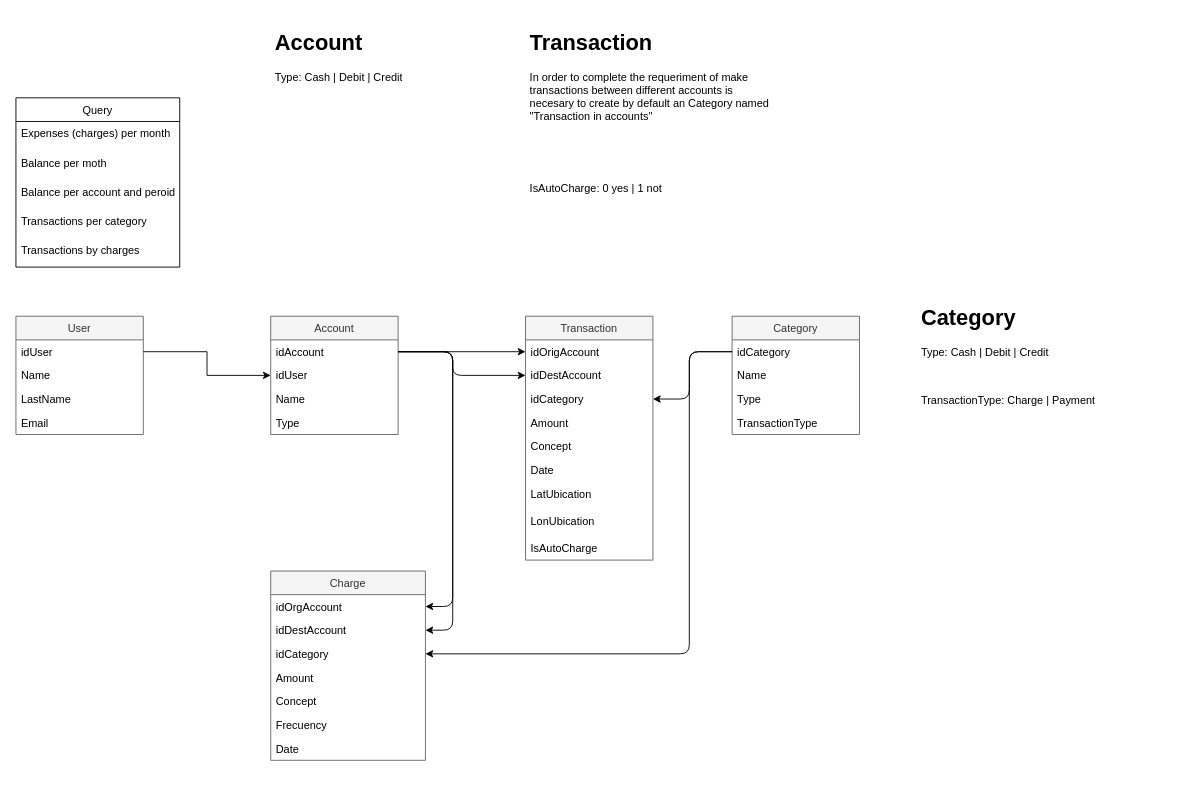
The draw.io diagram Doctos/DB ER Diagram Base.drawio in EduardoAscBri/ProyectoFinal-DispositivosMoviles, before the edit. Source tidied: cells renumbered, new cells numbered last; positions are measured from the earlier drawing's top-left corner, leaving out a move shared by most shapes. Both pictures are drawn from the tidied source at 91%, with x=0, y=0 at pixel (15, 25).
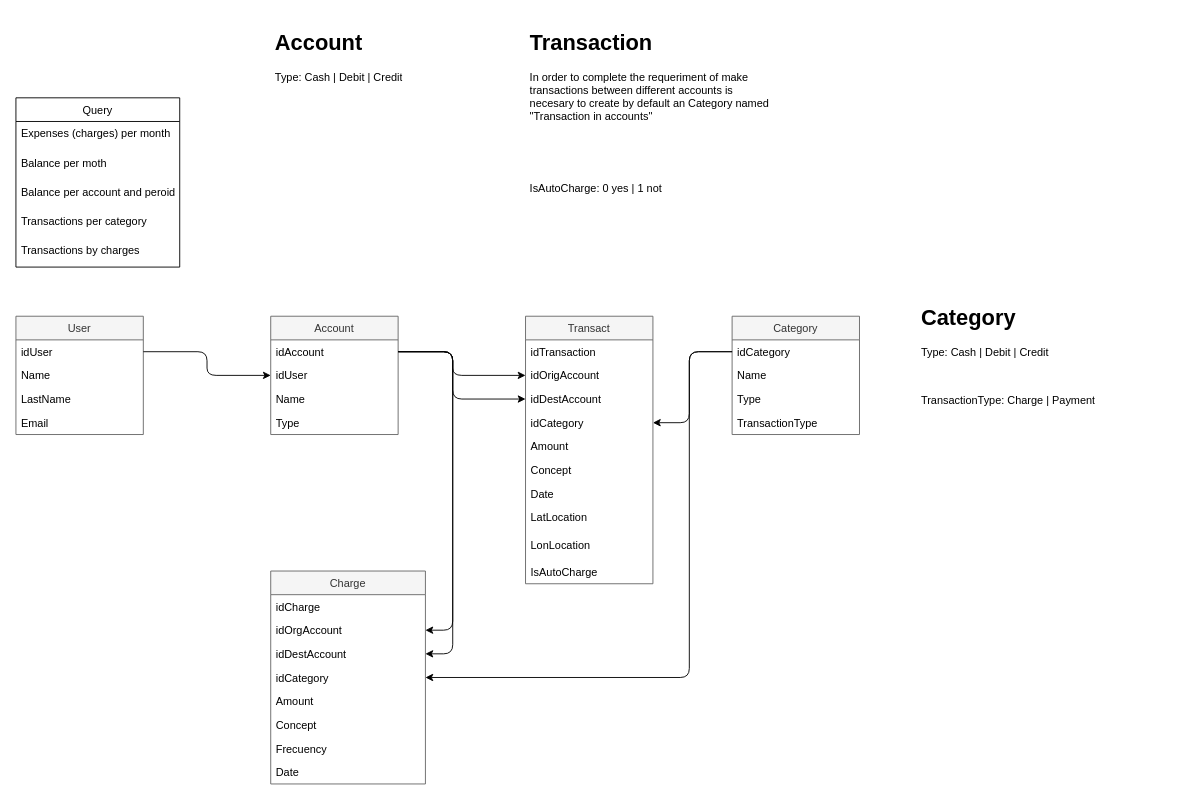
The same diagram, later.

The change refers to these unchanged cells:
```xml
<mxCell id="9" value="idAccount" style="text;strokeColor=none;fillColor=none;align=left;verticalAlign=top;spacingLeft=4;spacingRight=4;overflow=hidden;points=[[0,0.5],[1,0.5]];portConstraint=eastwest;" parent="8" vertex="1">
  <mxGeometry y="26" width="140" height="26" as="geometry" />
</mxCell>
<mxCell id="10" value="idUser" style="text;strokeColor=none;fillColor=none;align=left;verticalAlign=top;spacingLeft=4;spacingRight=4;overflow=hidden;points=[[0,0.5],[1,0.5]];portConstraint=eastwest;" parent="8" vertex="1">
  <mxGeometry y="52" width="140" height="26" as="geometry" />
</mxCell>
<mxCell id="14" value="idUser" style="text;strokeColor=none;fillColor=none;align=left;verticalAlign=top;spacingLeft=4;spacingRight=4;overflow=hidden;points=[[0,0.5],[1,0.5]];portConstraint=eastwest;" parent="13" vertex="1">
  <mxGeometry y="26" width="140" height="26" as="geometry" />
</mxCell>
<mxCell id="37" value="idCategory" style="text;strokeColor=none;fillColor=none;align=left;verticalAlign=top;spacingLeft=4;spacingRight=4;overflow=hidden;points=[[0,0.5],[1,0.5]];portConstraint=eastwest;" parent="36" vertex="1">
  <mxGeometry y="26" width="140" height="26" as="geometry" />
</mxCell>
```

The edit, as a diff of the source:
```diff
@@
-    <mxCell id="18" value="Transaction" style="swimlane;fontStyle=0;horizontal=1;startSize=26;fillColor=#f5f5f5;strokeColor=#666666;fontColor=#333333;" parent="1" vertex="1">
-      <mxGeometry x="560" y="320" width="140" height="268" as="geometry" />
+    <mxCell id="18" value="Transact" style="swimlane;fontStyle=0;horizontal=1;startSize=26;fillColor=#f5f5f5;strokeColor=#666666;fontColor=#333333;" parent="1" vertex="1">
+      <mxGeometry x="560" y="320" width="140" height="294" as="geometry" />
     </mxCell>
+    <mxCell id="51" value="idTransaction" style="text;strokeColor=none;fillColor=none;align=left;verticalAlign=top;spacingLeft=4;spacingRight=4;overflow=hidden;" parent="18" vertex="1">
+      <mxGeometry y="26" width="140" height="26" as="geometry" />
+    </mxCell>
     <mxCell id="19" value="idOrigAccount" style="text;strokeColor=none;fillColor=none;align=left;verticalAlign=top;spacingLeft=4;spacingRight=4;overflow=hidden;points=[[0,0.5],[1,0.5]];portConstraint=eastwest;" parent="18" vertex="1">
-      <mxGeometry y="26" width="140" height="26" as="geometry" />
+      <mxGeometry y="52" width="140" height="26" as="geometry" />
     </mxCell>
     <mxCell id="20" value="idDestAccount" style="text;strokeColor=none;fillColor=none;align=left;verticalAlign=top;spacingLeft=4;spacingRight=4;overflow=hidden;points=[[0,0.5],[1,0.5]];portConstraint=eastwest;" parent="18" vertex="1">
-      <mxGeometry y="52" width="140" height="26" as="geometry" />
+      <mxGeometry y="78" width="140" height="26" as="geometry" />
     </mxCell>
     <mxCell id="21" value="idCategory" style="text;strokeColor=none;fillColor=none;align=left;verticalAlign=top;spacingLeft=4;spacingRight=4;overflow=hidden;points=[[0,0.5],[1,0.5]];portConstraint=eastwest;" parent="18" vertex="1">
-      <mxGeometry y="78" width="140" height="26" as="geometry" />
+      <mxGeometry y="104" width="140" height="26" as="geometry" />
     </mxCell>
     <mxCell id="22" value="Amount" style="text;strokeColor=none;fillColor=none;align=left;verticalAlign=top;spacingLeft=4;spacingRight=4;overflow=hidden;" parent="18" vertex="1">
-      <mxGeometry y="104" width="140" height="26" as="geometry" />
+      <mxGeometry y="130" width="140" height="26" as="geometry" />
     </mxCell>
     <mxCell id="23" value="Concept" style="text;strokeColor=none;fillColor=none;align=left;verticalAlign=top;spacingLeft=4;spacingRight=4;overflow=hidden;" parent="18" vertex="1">
-      <mxGeometry y="130" width="140" height="26" as="geometry" />
+      <mxGeometry y="156" width="140" height="26" as="geometry" />
     </mxCell>
     <mxCell id="24" value="Date" style="text;strokeColor=none;fillColor=none;align=left;verticalAlign=top;spacingLeft=4;spacingRight=4;overflow=hidden;" parent="18" vertex="1">
-      <mxGeometry y="156" width="140" height="26" as="geometry" />
+      <mxGeometry y="182" width="140" height="26" as="geometry" />
     </mxCell>
-    <mxCell id="25" value="LatUbication" style="text;strokeColor=none;fillColor=none;align=left;verticalAlign=top;spacingLeft=4;spacingRight=4;overflow=hidden;" parent="18" vertex="1">
-      <mxGeometry y="182" width="140" height="30" as="geometry" />
+    <mxCell id="25" value="LatLocation" style="text;strokeColor=none;fillColor=none;align=left;verticalAlign=top;spacingLeft=4;spacingRight=4;overflow=hidden;" parent="18" vertex="1">
+      <mxGeometry y="208" width="140" height="30" as="geometry" />
     </mxCell>
-    <mxCell id="26" value="LonUbication" style="text;strokeColor=none;fillColor=none;align=left;verticalAlign=top;spacingLeft=4;spacingRight=4;overflow=hidden;" parent="18" vertex="1">
-      <mxGeometry y="212" width="140" height="30" as="geometry" />
+    <mxCell id="26" value="LonLocation" style="text;strokeColor=none;fillColor=none;align=left;verticalAlign=top;spacingLeft=4;spacingRight=4;overflow=hidden;" parent="18" vertex="1">
+      <mxGeometry y="238" width="140" height="30" as="geometry" />
     </mxCell>
     <mxCell id="27" value="IsAutoCharge" style="text;strokeColor=none;fillColor=none;align=left;verticalAlign=top;spacingLeft=4;spacingRight=4;overflow=hidden;" parent="18" vertex="1">
-      <mxGeometry y="242" width="140" height="26" as="geometry" />
+      <mxGeometry y="268" width="140" height="26" as="geometry" />
     </mxCell>
     <mxCell id="28" value="Charge" style="swimlane;fontStyle=0;horizontal=1;startSize=26;fillColor=#f5f5f5;strokeColor=#666666;fontColor=#333333;" parent="1" vertex="1">
-      <mxGeometry x="280" y="600" width="170" height="208" as="geometry" />
+      <mxGeometry x="280" y="600" width="170" height="234" as="geometry" />
     </mxCell>
+    <mxCell id="52" value="idCharge" style="text;strokeColor=none;fillColor=none;align=left;verticalAlign=top;spacingLeft=4;spacingRight=4;overflow=hidden;" parent="28" vertex="1">
+      <mxGeometry y="26" width="170" height="26" as="geometry" />
+    </mxCell>
     <mxCell id="29" value="idOrgAccount" style="text;strokeColor=none;fillColor=none;align=left;verticalAlign=top;spacingLeft=4;spacingRight=4;overflow=hidden;points=[[0,0.5],[1,0.5]];portConstraint=eastwest;" parent="28" vertex="1">
-      <mxGeometry y="26" width="170" height="26" as="geometry" />
+      <mxGeometry y="52" width="170" height="26" as="geometry" />
     </mxCell>
     <mxCell id="30" value="idDestAccount" style="text;strokeColor=none;fillColor=none;align=left;verticalAlign=top;spacingLeft=4;spacingRight=4;overflow=hidden;points=[[0,0.5],[1,0.5]];portConstraint=eastwest;" parent="28" vertex="1">
-      <mxGeometry y="52" width="170" height="26" as="geometry" />
+      <mxGeometry y="78" width="170" height="26" as="geometry" />
     </mxCell>
     <mxCell id="31" value="idCategory" style="text;strokeColor=none;fillColor=none;align=left;verticalAlign=top;spacingLeft=4;spacingRight=4;overflow=hidden;points=[[0,0.5],[1,0.5]];portConstraint=eastwest;" parent="28" vertex="1">
-      <mxGeometry y="78" width="170" height="26" as="geometry" />
+      <mxGeometry y="104" width="170" height="26" as="geometry" />
     </mxCell>
     <mxCell id="32" value="Amount" style="text;strokeColor=none;fillColor=none;align=left;verticalAlign=top;spacingLeft=4;spacingRight=4;overflow=hidden;" parent="28" vertex="1">
-      <mxGeometry y="104" width="170" height="26" as="geometry" />
+      <mxGeometry y="130" width="170" height="26" as="geometry" />
     </mxCell>
     <mxCell id="33" value="Concept" style="text;strokeColor=none;fillColor=none;align=left;verticalAlign=top;spacingLeft=4;spacingRight=4;overflow=hidden;" parent="28" vertex="1">
-      <mxGeometry y="130" width="170" height="26" as="geometry" />
+      <mxGeometry y="156" width="170" height="26" as="geometry" />
     </mxCell>
     <mxCell id="34" value="Frecuency" style="text;strokeColor=none;fillColor=none;align=left;verticalAlign=top;spacingLeft=4;spacingRight=4;overflow=hidden;" parent="28" vertex="1">
-      <mxGeometry y="156" width="170" height="26" as="geometry" />
+      <mxGeometry y="182" width="170" height="26" as="geometry" />
     </mxCell>
     <mxCell id="35" value="Date" style="text;strokeColor=none;fillColor=none;align=left;verticalAlign=top;spacingLeft=4;spacingRight=4;overflow=hidden;" parent="28" vertex="1">
-      <mxGeometry y="182" width="170" height="26" as="geometry" />
+      <mxGeometry y="208" width="170" height="26" as="geometry" />
     </mxCell>
@@
-    <mxCell id="41" style="edgeStyle=orthogonalEdgeStyle;rounded=0;jettySize=auto;html=1;entryX=0;entryY=0.5;entryDx=0;entryDy=0;" parent="1" edge="1" source="14" target="10">
-      <mxGeometry relative="1" as="geometry" />
-    </mxCell>
-    <mxCell id="42" style="edgeStyle=orthogonalEdgeStyle;rounded=0;jettySize=auto;html=1;exitX=1;exitY=0.5;exitDx=0;exitDy=0;entryX=0;entryY=0.5;entryDx=0;entryDy=0;" parent="1" edge="1" source="9" target="19">
-      <mxGeometry relative="1" as="geometry" />
-    </mxCell>
@@
     <mxCell id="46" style="endArrow=classic;html=1;exitX=1;exitY=0.5;exitDx=0;exitDy=0;entryX=1;entryY=0.5;entryDx=0;entryDy=0;edgeStyle=orthogonalEdgeStyle;" parent="1" edge="1" source="9" target="29">
       <mxGeometry relative="1" as="geometry">
         <Array as="points">
           <mxPoint x="480" y="359" />
-          <mxPoint x="480" y="639" />
+          <mxPoint x="480" y="665" />
         </Array>
       </mxGeometry>
     </mxCell>
     <mxCell id="47" style="endArrow=classic;html=1;exitX=0;exitY=0.5;exitDx=0;exitDy=0;entryX=1;entryY=0.5;entryDx=0;entryDy=0;edgeStyle=orthogonalEdgeStyle;" parent="1" edge="1" source="37" target="31">
       <mxGeometry relative="1" as="geometry">
         <Array as="points">
           <mxPoint x="740" y="359" />
-          <mxPoint x="740" y="691" />
+          <mxPoint x="740" y="717" />
         </Array>
       </mxGeometry>
     </mxCell>
     <mxCell id="48" style="endArrow=classic;html=1;exitX=0;exitY=0.5;exitDx=0;exitDy=0;entryX=1;entryY=0.5;entryDx=0;entryDy=0;edgeStyle=orthogonalEdgeStyle;" parent="1" edge="1" source="37" target="21">
       <mxGeometry relative="1" as="geometry">
         <Array as="points">
           <mxPoint x="740" y="359" />
-          <mxPoint x="740" y="411" />
+          <mxPoint x="740" y="437" />
         </Array>
       </mxGeometry>
     </mxCell>
     <mxCell id="49" style="endArrow=classic;html=1;exitX=1;exitY=0.5;exitDx=0;exitDy=0;entryX=0;entryY=0.5;entryDx=0;entryDy=0;edgeStyle=orthogonalEdgeStyle;" parent="1" edge="1" source="9" target="20">
       <mxGeometry relative="1" as="geometry">
         <Array as="points">
           <mxPoint x="480" y="359" />
-          <mxPoint x="480" y="385" />
+          <mxPoint x="480" y="411" />
         </Array>
       </mxGeometry>
     </mxCell>
     <mxCell id="50" style="endArrow=classic;html=1;exitX=1;exitY=0.5;exitDx=0;exitDy=0;entryX=1;entryY=0.5;entryDx=0;entryDy=0;edgeStyle=orthogonalEdgeStyle;" parent="1" edge="1" source="9" target="30">
       <mxGeometry relative="1" as="geometry">
         <Array as="points">
           <mxPoint x="480" y="359" />
-          <mxPoint x="480" y="665" />
+          <mxPoint x="480" y="691" />
         </Array>
       </mxGeometry>
     </mxCell>
+    <mxCell id="41" style="endArrow=classic;html=1;exitX=1;exitY=0.5;exitDx=0;exitDy=0;entryX=0;entryY=0.5;entryDx=0;entryDy=0;edgeStyle=orthogonalEdgeStyle;" parent="1" edge="1" source="14" target="10">
+      <mxGeometry relative="1" as="geometry" />
+    </mxCell>
+    <mxCell id="42" style="endArrow=classic;html=1;exitX=1;exitY=0.5;exitDx=0;exitDy=0;entryX=0;entryY=0.5;entryDx=0;entryDy=0;edgeStyle=orthogonalEdgeStyle;" parent="1" edge="1" source="9" target="19">
+      <mxGeometry relative="1" as="geometry">
+        <Array as="points">
+          <mxPoint x="480" y="359" />
+          <mxPoint x="480" y="385" />
+        </Array>
+      </mxGeometry>
+    </mxCell>
```
